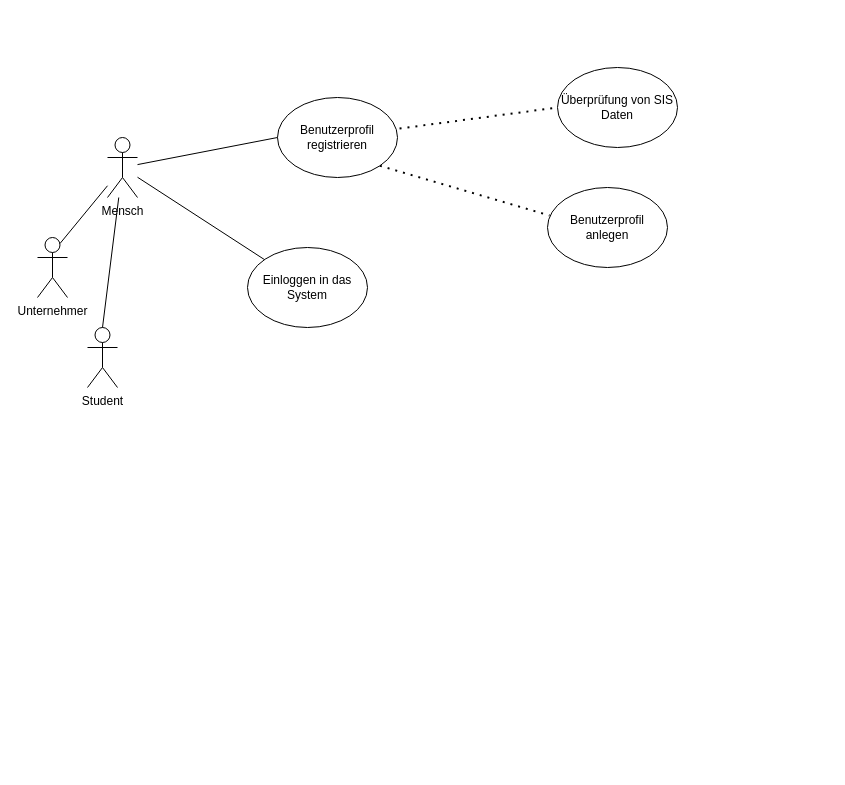
dhefel2s/Hbrs keeps this draw.io diagram as Use case.drawio. Above is the earlier version. Source tidied: cells renumbered, new cells numbered last; positions are measured from the earlier drawing's top-left corner, leaving out a move shared by most shapes. Both pictures are drawn from the tidied source at 100%, with x=0, y=0 at pixel (37, 67).
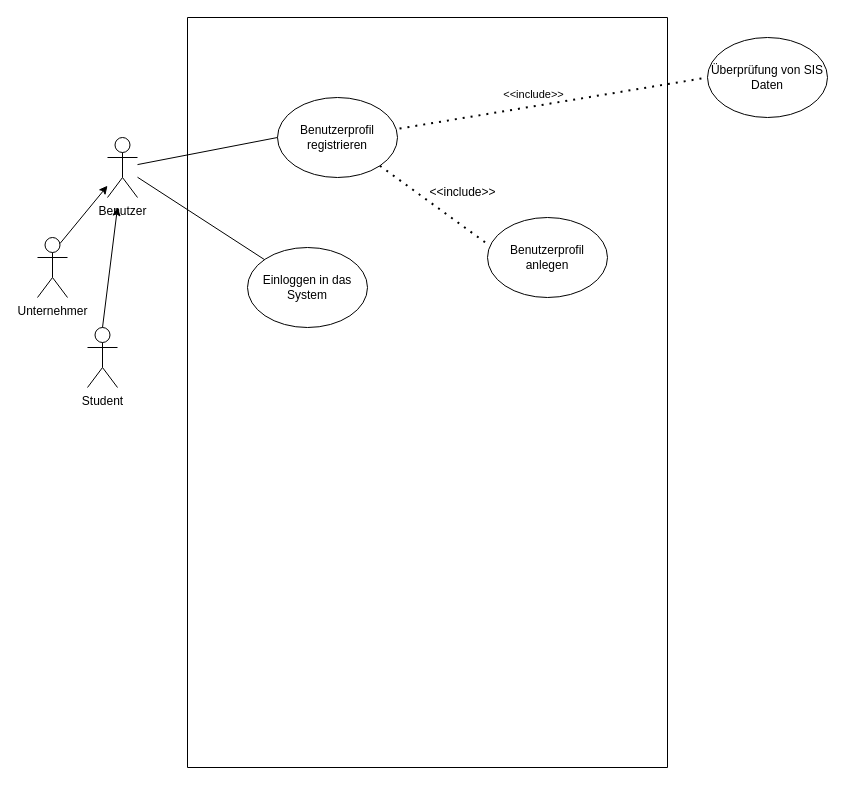
The same page after the edit.

Change to the diagram source:
```diff
@@
 <mxGraphModel>
   <root>
     <mxCell id="0" />
     <mxCell id="1" parent="0" />
     <mxCell id="2" value="Student" style="shape=umlActor;verticalLabelPosition=bottom;verticalAlign=top;html=1;outlineConnect=0;" parent="1" vertex="1">
       <mxGeometry x="50" y="260" width="30" height="60" as="geometry" />
     </mxCell>
-    <mxCell id="3" value="Mensch" style="shape=umlActor;verticalLabelPosition=bottom;verticalAlign=top;html=1;outlineConnect=0;" parent="1" vertex="1">
+    <mxCell id="3" value="Benutzer" style="shape=umlActor;verticalLabelPosition=bottom;verticalAlign=top;html=1;outlineConnect=0;" parent="1" vertex="1">
       <mxGeometry x="70" y="70" width="30" height="60" as="geometry" />
     </mxCell>
     <mxCell id="4" value="Unternehmer" style="shape=umlActor;verticalLabelPosition=bottom;verticalAlign=top;html=1;outlineConnect=0;" parent="1" vertex="1">
       <mxGeometry y="170" width="30" height="60" as="geometry" />
     </mxCell>
-    <mxCell id="5" style="endArrow=none;html=1;rounded=0;exitX=0.75;exitY=0.1;exitDx=0;exitDy=0;exitPerimeter=0;" parent="1" edge="1" source="4" target="3">
+    <mxCell id="5" style="endArrow=classic;html=1;rounded=0;exitX=0.75;exitY=0.1;exitDx=0;exitDy=0;exitPerimeter=0;endFill=1;" parent="1" edge="1" source="4" target="3">
       <mxGeometry relative="1" as="geometry" />
     </mxCell>
-    <mxCell id="6" style="endArrow=none;html=1;rounded=0;exitX=0.5;exitY=0;exitDx=0;exitDy=0;exitPerimeter=0;" parent="1" edge="1" source="2" target="3">
-      <mxGeometry relative="1" as="geometry" />
+    <mxCell id="6" style="endArrow=classic;html=1;rounded=0;exitX=0.5;exitY=0;exitDx=0;exitDy=0;exitPerimeter=0;endFill=1;" parent="1" edge="1" source="2">
+      <mxGeometry relative="1" as="geometry">
+        <mxPoint x="80" y="140" as="targetPoint" />
+      </mxGeometry>
     </mxCell>
     <mxCell id="7" value="Benutzerprofil registrieren" style="ellipse;whiteSpace=wrap;html=1;" parent="1" vertex="1">
       <mxGeometry x="240" y="30" width="120" height="80" as="geometry" />
     </mxCell>
     <mxCell id="8" style="endArrow=none;html=1;rounded=0;entryX=0;entryY=0.5;entryDx=0;entryDy=0;" parent="1" edge="1" source="3" target="7">
       <mxGeometry relative="1" as="geometry" />
     </mxCell>
     <mxCell id="9" value="Überprüfung von SIS Daten" style="ellipse;whiteSpace=wrap;html=1;" parent="1" vertex="1">
-      <mxGeometry x="520" width="120" height="80" as="geometry" />
+      <mxGeometry x="670" y="-30" width="120" height="80" as="geometry" />
     </mxCell>
     <mxCell id="10" style="endArrow=none;dashed=1;html=1;dashPattern=1 3;strokeWidth=2;rounded=0;entryX=0;entryY=0.5;entryDx=0;entryDy=0;exitX=1.017;exitY=0.388;exitDx=0;exitDy=0;exitPerimeter=0;" parent="1" edge="1" source="7" target="9">
       <mxGeometry relative="1" as="geometry" />
     </mxCell>
-    <mxCell id="11" value="Benutzerprofil anlegen" style="ellipse;whiteSpace=wrap;html=1;" parent="1" vertex="1">
-      <mxGeometry x="510" y="120" width="120" height="80" as="geometry" />
-    </mxCell>
+    <mxCell id="15" value="&amp;lt;&amp;lt;include&amp;gt;&amp;gt;" style="edgeLabel;html=1;align=center;verticalAlign=middle;" parent="10" vertex="1">
+      <mxGeometry x="-0.13" y="3" relative="1" as="geometry">
+        <mxPoint y="-9" as="offset" />
+      </mxGeometry>
+    </mxCell>
     <mxCell id="12" style="endArrow=none;dashed=1;html=1;dashPattern=1 3;strokeWidth=2;rounded=0;exitX=1;exitY=1;exitDx=0;exitDy=0;entryX=0.017;entryY=0.35;entryDx=0;entryDy=0;entryPerimeter=0;" parent="1" edge="1" source="7" target="11">
       <mxGeometry relative="1" as="geometry" />
     </mxCell>
     <mxCell id="13" value="Einloggen in das System" style="ellipse;whiteSpace=wrap;html=1;" parent="1" vertex="1">
       <mxGeometry x="210" y="180" width="120" height="80" as="geometry" />
     </mxCell>
     <mxCell id="14" style="endArrow=none;html=1;rounded=0;" parent="1" edge="1" source="3" target="13">
       <mxGeometry relative="1" as="geometry" />
     </mxCell>
+    <mxCell id="16" style="swimlane;startSize=0;" parent="1" vertex="1">
+      <mxGeometry x="150" y="-50" width="480" height="750" as="geometry" />
+    </mxCell>
+    <mxCell id="11" value="Benutzerprofil anlegen" style="ellipse;whiteSpace=wrap;html=1;" parent="16" vertex="1">
+      <mxGeometry x="300" y="200" width="120" height="80" as="geometry" />
+    </mxCell>
+    <mxCell id="17" value="&amp;lt;&amp;lt;include&amp;gt;&amp;gt;" style="text;html=1;align=center;verticalAlign=middle;strokeColor=none;fillColor=none;" parent="16" vertex="1">
+      <mxGeometry x="230" y="160" width="90" height="30" as="geometry" />
+    </mxCell>
   </root>
 </mxGraphModel>
```
